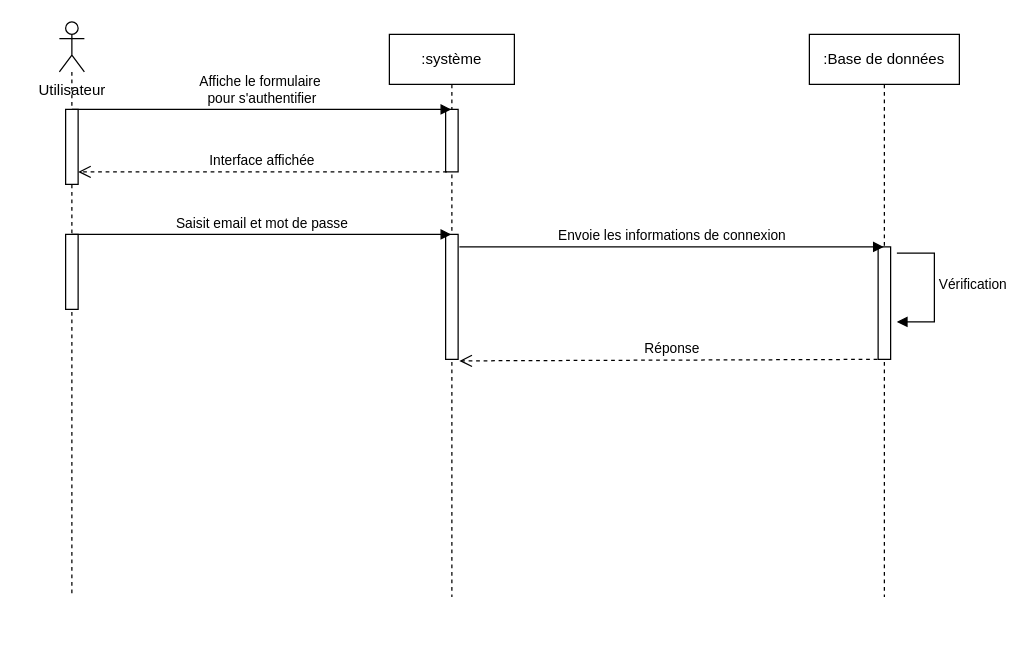
Before: Docs/Diagrammes/diagrammes de séquences/Diagramme de Séquence Utilisateur.drawio in fresnel25/Travel_Paradise_Project, a draw.io diagram. Source tidied: cells renumbered, new cells numbered last; positions are measured from the earlier drawing's top-left corner, leaving out a move shared by most shapes. Both pictures are drawn from the tidied source at 125%, with x=0, y=0 at pixel (21, 21).
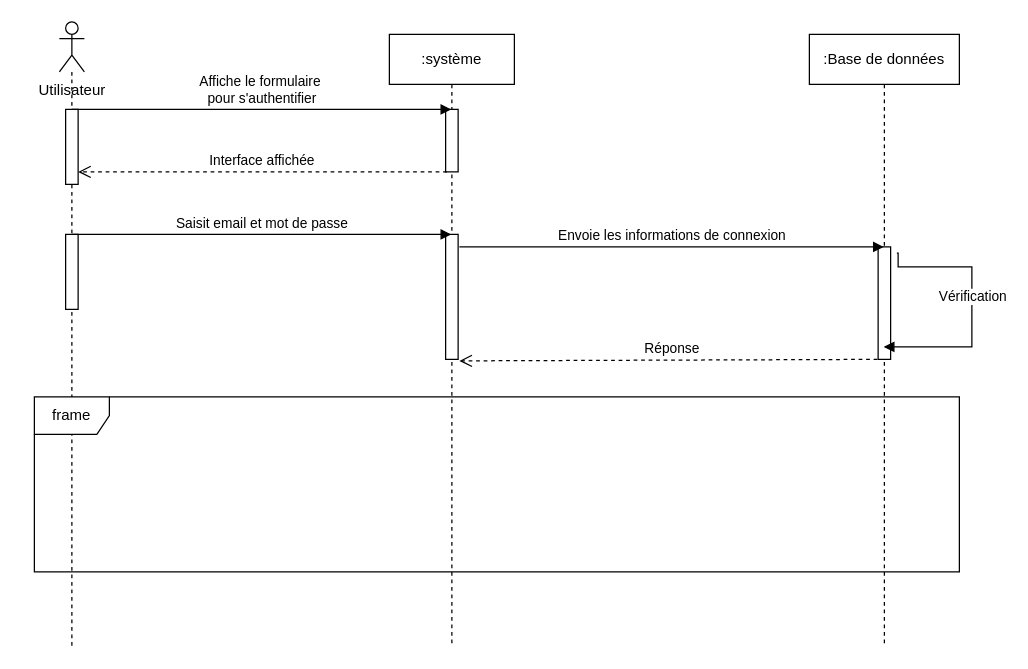
The same diagram, later.

Commit message:
Mettre à jour Diagramme de Séquence Utilisateur.drawio

Diff of the diagram source:
```diff
@@
     <mxCell id="2" style="shape=umlLifeline;perimeter=lifelinePerimeter;whiteSpace=wrap;html=1;newEdgeStyle={&quot;curved&quot;:0,&quot;rounded&quot;:0};participant=umlActor;size=40;" parent="1" vertex="1">
-      <mxGeometry x="30" width="20" height="460" as="geometry" />
+      <mxGeometry x="30" width="20" height="500" as="geometry" />
     </mxCell>
@@
     <mxCell id="6" value=":système" style="shape=umlLifeline;perimeter=lifelinePerimeter;whiteSpace=wrap;html=1;outlineConnect=0;portConstraint=eastwest;newEdgeStyle={&quot;curved&quot;:0,&quot;rounded&quot;:0};" parent="1" vertex="1">
-      <mxGeometry x="294" y="10" width="100" height="450" as="geometry" />
+      <mxGeometry x="294" y="10" width="100" height="490" as="geometry" />
     </mxCell>
@@
     <mxCell id="9" value=":Base de données" style="shape=umlLifeline;perimeter=lifelinePerimeter;whiteSpace=wrap;html=1;outlineConnect=0;portConstraint=eastwest;newEdgeStyle={&quot;curved&quot;:0,&quot;rounded&quot;:0};" parent="1" vertex="1">
-      <mxGeometry x="630" y="10" width="120" height="450" as="geometry" />
+      <mxGeometry x="630" y="10" width="120" height="490" as="geometry" />
     </mxCell>
@@
-    <mxCell id="15" value="Vérification" style="html=1;align=left;spacingLeft=2;endArrow=block;rounded=0;edgeStyle=orthogonalEdgeStyle;curved=0;rounded=0;" parent="1" edge="1">
-      <mxGeometry x="-0.04" relative="1" as="geometry">
+    <mxCell id="15" value="Vérification" style="html=1;align=left;spacingLeft=2;endArrow=block;rounded=0;edgeStyle=orthogonalEdgeStyle;curved=0;rounded=0;" parent="1" edge="1" target="9">
+      <mxGeometry x="-0.6" y="-24" relative="1" as="geometry">
         <mxPoint x="700" y="185" as="sourcePoint" />
-        <mxPoint x="700" y="240" as="targetPoint" />
         <Array as="points">
-          <mxPoint x="730" y="185" />
-          <mxPoint x="730" y="240" />
-          <mxPoint x="705" y="240" />
+          <mxPoint x="701" y="185" />
+          <mxPoint x="701" y="196" />
+          <mxPoint x="760" y="196" />
+          <mxPoint x="760" y="260" />
         </Array>
       </mxGeometry>
     </mxCell>
@@
+    <mxCell id="17" value="frame" style="shape=umlFrame;whiteSpace=wrap;html=1;" parent="1" vertex="1">
+      <mxGeometry x="10" y="300" width="740" height="140" as="geometry" />
+    </mxCell>
```
